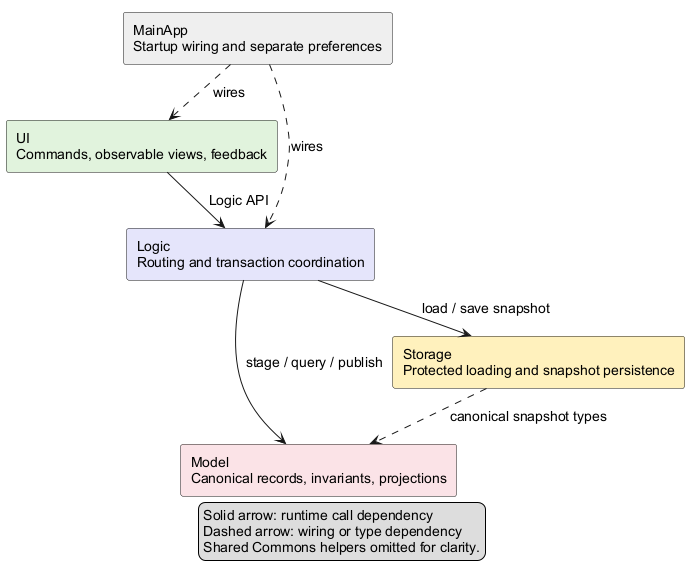
Before: docs/images/ArchitectureDiagram.png, a diagram exported from PlantUML (AY2627S1-CS2103T-F13-3/tp).
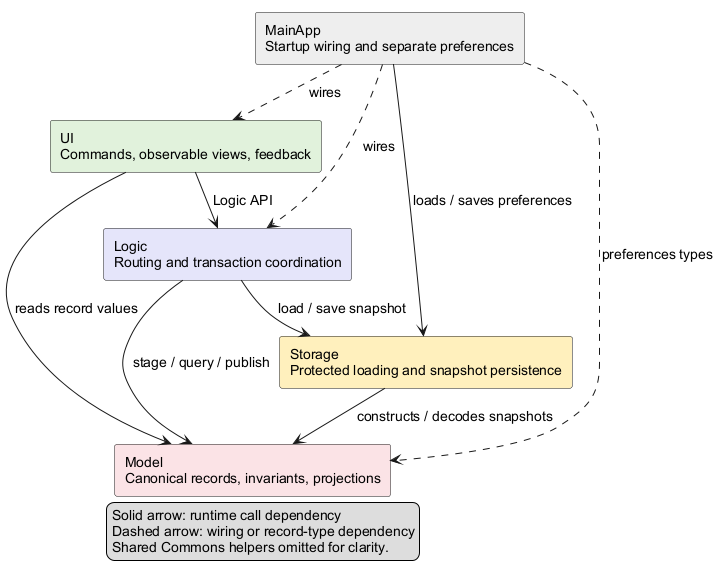
The same file after the commit.

Change to the diagram source:
```diff
@@ -11,13 +11,16 @@
 component "MainApp\nStartup wiring and separate preferences" as Main #EEEEEE
 Main ..> UI : wires
 Main ..> Logic : wires
+Main ..> Model : preferences types
+Main --> Storage : loads / saves preferences
 UI --> Logic : Logic API
+UI --> Model : reads record values
 Logic --> Model : stage / query / publish
 Logic --> Storage : load / save snapshot
-Storage ..> Model : canonical snapshot types
+Storage --> Model : constructs / decodes snapshots
 legend bottom
   Solid arrow: runtime call dependency
-  Dashed arrow: wiring or type dependency
+  Dashed arrow: wiring or record-type dependency
   Shared Commons helpers omitted for clarity.
 endlegend
 @enduml
```
